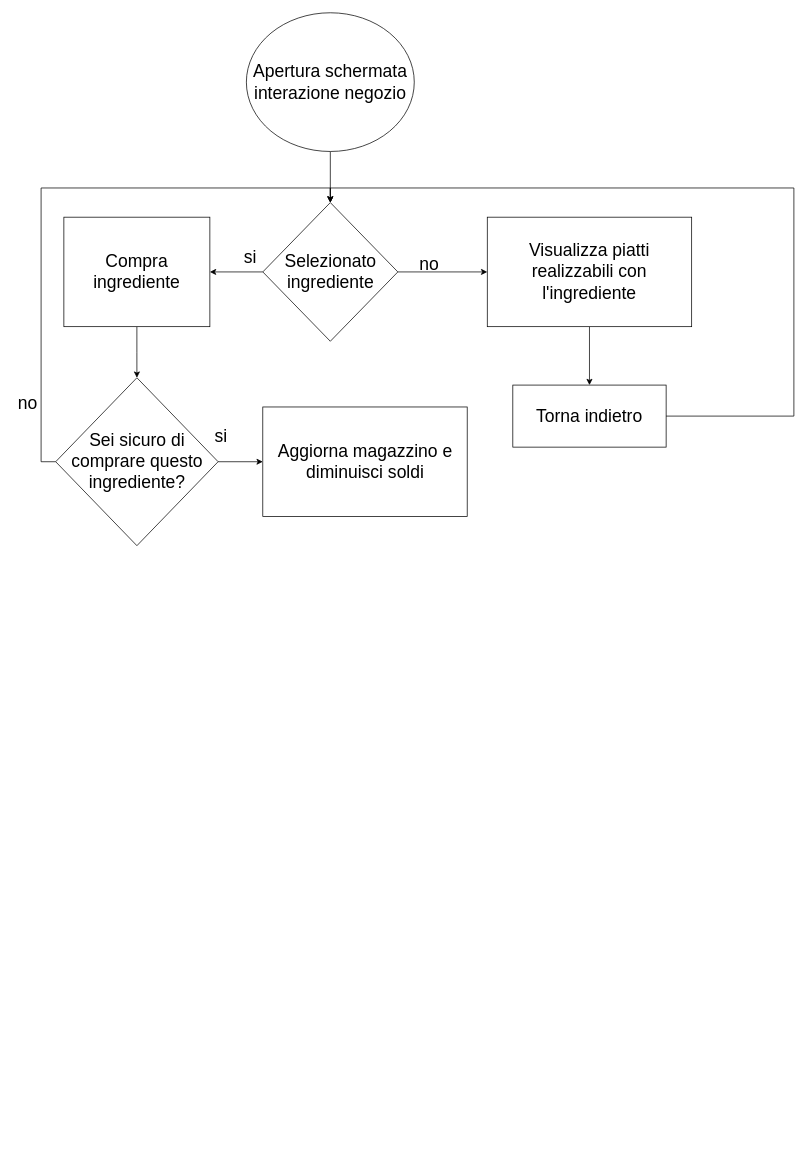
Before: doc/Progetti Drawio/FlowChart/FlowchartInterazioneConNegozio.drawio in zSavT/Healthy-Catering, a draw.io diagram. Source tidied: cells renumbered, new cells numbered last; positions are measured from the earlier drawing's top-left corner, leaving out a move shared by most shapes. Both pictures are drawn from the tidied source at 73%, with x=0, y=0 at pixel (12, 12).
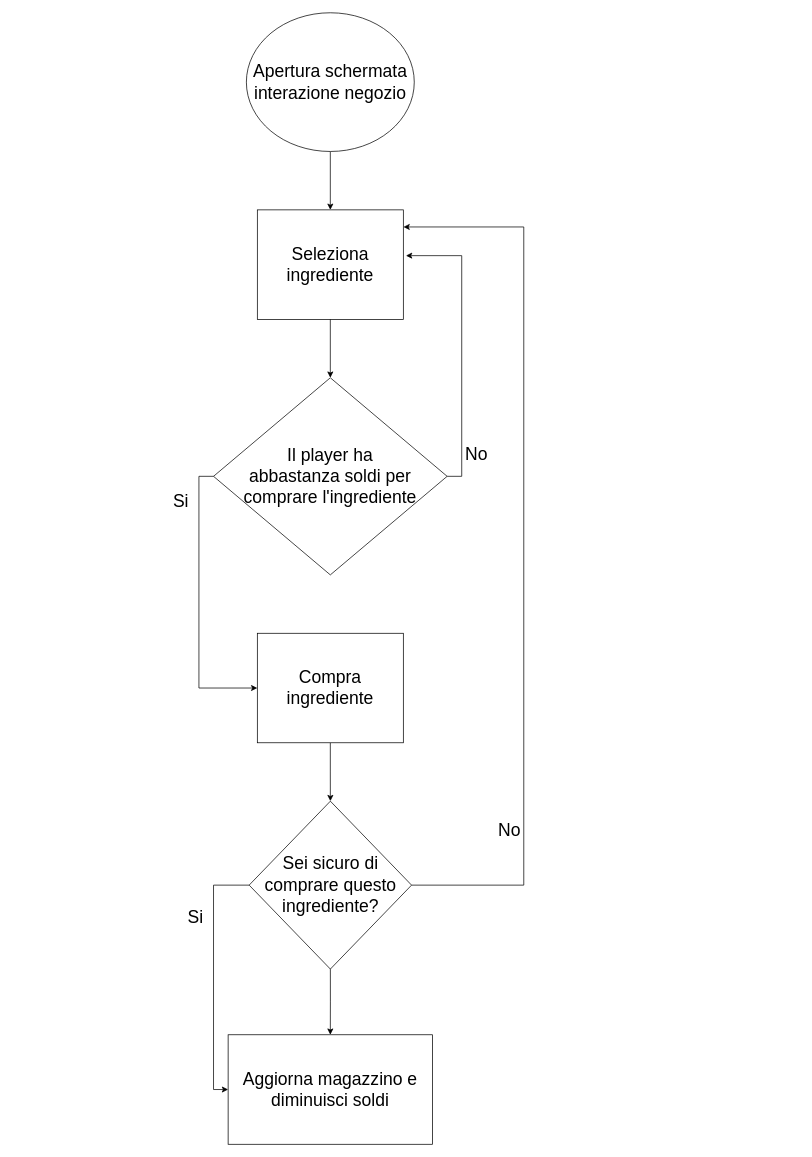
Above is the later version.

Commit message (it also covers changes not shown here):
aggiornato flowchart negozio

Unchanged cells that the change refers to:
```xml
<mxCell id="3" value="Apertura schermata interazione negozio" style="ellipse;whiteSpace=wrap;html=1;fontSize=24;" parent="1" vertex="1">
  <mxGeometry x="320" width="230" height="190" as="geometry" />
</mxCell>
```

The edit, as a diff of the source:
```diff
@@
-    <mxCell id="2" style="edgeStyle=orthogonalEdgeStyle;rounded=0;jettySize=auto;html=1;exitX=0.5;exitY=1;exitDx=0;exitDy=0;entryX=0.5;entryY=0;entryDx=0;entryDy=0;fontSize=24;" parent="1" edge="1" source="3" target="6">
+    <mxCell id="2" style="edgeStyle=orthogonalEdgeStyle;rounded=0;jettySize=auto;html=1;exitX=0.5;exitY=1;exitDx=0;exitDy=0;entryX=0.5;entryY=0;entryDx=0;entryDy=0;fontSize=24;" parent="1" edge="1" source="3" target="22">
       <mxGeometry relative="1" as="geometry" />
     </mxCell>
@@
-    <mxCell id="4" style="edgeStyle=orthogonalEdgeStyle;rounded=0;jettySize=auto;html=1;exitX=0;exitY=0.5;exitDx=0;exitDy=0;fontSize=24;" parent="1" edge="1" source="6" target="8">
-      <mxGeometry relative="1" as="geometry" />
-    </mxCell>
-    <mxCell id="5" style="edgeStyle=orthogonalEdgeStyle;rounded=0;jettySize=auto;html=1;exitX=1;exitY=0.5;exitDx=0;exitDy=0;fontSize=24;" parent="1" edge="1" source="6" target="14">
-      <mxGeometry relative="1" as="geometry" />
-    </mxCell>
-    <mxCell id="6" value="Selezionato ingrediente" style="rhombus;whiteSpace=wrap;html=1;fontSize=24;" parent="1" vertex="1">
-      <mxGeometry x="342.5" y="260" width="185" height="190" as="geometry" />
-    </mxCell>
@@
     <mxCell id="8" value="Compra ingrediente" style="rounded=0;whiteSpace=wrap;html=1;fontSize=24;" parent="1" vertex="1">
-      <mxGeometry x="70" y="280" width="200" height="150" as="geometry" />
+      <mxGeometry x="335" y="850" width="200" height="150" as="geometry" />
     </mxCell>
-    <mxCell id="9" value="si" style="text;html=1;align=center;verticalAlign=middle;strokeColor=none;fillColor=none;fontSize=24;" parent="1" vertex="1">
-      <mxGeometry x="310" y="320" width="30" height="30" as="geometry" />
-    </mxCell>
-    <mxCell id="10" style="edgeStyle=orthogonalEdgeStyle;rounded=0;jettySize=auto;html=1;exitX=0.5;exitY=1;exitDx=0;exitDy=0;entryX=0.5;entryY=0;entryDx=0;entryDy=0;fontSize=24;" parent="1" edge="1" source="14" target="12">
-      <mxGeometry relative="1" as="geometry" />
-    </mxCell>
-    <mxCell id="11" value="no" style="text;html=1;align=center;verticalAlign=middle;strokeColor=none;fillColor=none;fontSize=24;" parent="1" vertex="1">
-      <mxGeometry x="550" y="330" width="40" height="30" as="geometry" />
-    </mxCell>
-    <mxCell id="12" value="Torna indietro" style="whiteSpace=wrap;html=1;fontSize=24;" parent="1" vertex="1">
-      <mxGeometry x="685" y="510" width="210" height="85" as="geometry" />
-    </mxCell>
-    <mxCell id="13" style="edgeStyle=orthogonalEdgeStyle;rounded=0;jettySize=auto;html=1;exitX=1;exitY=0.5;exitDx=0;exitDy=0;fontSize=24;entryX=0.5;entryY=0;entryDx=0;entryDy=0;" parent="1" edge="1" source="12" target="6">
-      <mxGeometry relative="1" as="geometry">
-        <Array as="points">
-          <mxPoint x="1070" y="552" />
-          <mxPoint x="1070" y="240" />
-          <mxPoint x="435" y="240" />
-        </Array>
-      </mxGeometry>
-    </mxCell>
-    <mxCell id="14" value="Visualizza piatti realizzabili con l'ingrediente" style="rounded=0;whiteSpace=wrap;html=1;fontSize=24;" parent="1" vertex="1">
-      <mxGeometry x="650" y="280" width="280" height="150" as="geometry" />
-    </mxCell>
     <mxCell id="15" value="Aggiorna magazzino e diminuisci soldi" style="rounded=0;whiteSpace=wrap;html=1;fontSize=24;" parent="1" vertex="1">
-      <mxGeometry x="342.5" y="540" width="280" height="150" as="geometry" />
+      <mxGeometry x="295" y="1400" width="280" height="150" as="geometry" />
     </mxCell>
-    <mxCell id="16" style="edgeStyle=orthogonalEdgeStyle;rounded=0;jettySize=auto;html=1;exitX=0;exitY=0.5;exitDx=0;exitDy=0;fontSize=24;entryX=0.5;entryY=0;entryDx=0;entryDy=0;" parent="1" edge="1" source="18" target="6">
-      <mxGeometry relative="1" as="geometry" />
-    </mxCell>
-    <mxCell id="17" style="edgeStyle=orthogonalEdgeStyle;rounded=0;jettySize=auto;html=1;exitX=1;exitY=0.5;exitDx=0;exitDy=0;fontSize=24;entryX=0;entryY=0.5;entryDx=0;entryDy=0;" parent="1" edge="1" source="18" target="15">
+    <mxCell id="17" style="edgeStyle=orthogonalEdgeStyle;rounded=0;jettySize=auto;html=1;exitX=0.5;exitY=1;exitDx=0;exitDy=0;fontSize=24;entryX=0.5;entryY=0;entryDx=0;entryDy=0;" parent="1" edge="1" source="18" target="15">
       <mxGeometry relative="1" as="geometry" />
     </mxCell>
     <mxCell id="18" value="Sei sicuro di comprare questo ingrediente?" style="rhombus;whiteSpace=wrap;html=1;fontSize=24;" parent="1" vertex="1">
-      <mxGeometry x="58.8" y="500" width="222.5" height="230" as="geometry" />
+      <mxGeometry x="323.8" y="1080" width="222.5" height="230" as="geometry" />
     </mxCell>
-    <mxCell id="19" value="si" style="text;html=1;align=center;verticalAlign=middle;strokeColor=none;fillColor=none;fontSize=24;" parent="1" vertex="1">
-      <mxGeometry x="270" y="565" width="30" height="30" as="geometry" />
-    </mxCell>
-    <mxCell id="20" value="no" style="text;html=1;align=center;verticalAlign=middle;strokeColor=none;fillColor=none;fontSize=24;" parent="1" vertex="1">
-      <mxGeometry y="520" width="40" height="30" as="geometry" />
-    </mxCell>
+    <mxCell id="21" value="Il player ha &lt;br&gt;abbastanza soldi per comprare l'ingrediente" style="rhombus;whiteSpace=wrap;html=1;fontSize=24;" parent="1" vertex="1">
+      <mxGeometry x="275" y="500" width="320" height="270" as="geometry" />
+    </mxCell>
+    <mxCell id="22" value="Seleziona ingrediente" style="rounded=0;whiteSpace=wrap;html=1;fontSize=24;" parent="1" vertex="1">
+      <mxGeometry x="335" y="270" width="200" height="150" as="geometry" />
+    </mxCell>
+    <mxCell id="23" style="edgeStyle=orthogonalEdgeStyle;rounded=0;jettySize=auto;html=1;exitX=0.5;exitY=1;exitDx=0;exitDy=0;fontSize=24;entryX=0.5;entryY=0;entryDx=0;entryDy=0;" parent="1" edge="1" source="22" target="21">
+      <mxGeometry relative="1" as="geometry" />
+    </mxCell>
+    <mxCell id="24" style="edgeStyle=orthogonalEdgeStyle;rounded=0;jettySize=auto;html=1;fontSize=24;exitX=1;exitY=0.5;exitDx=0;exitDy=0;entryX=1.018;entryY=0.418;entryDx=0;entryDy=0;entryPerimeter=0;" parent="1" edge="1" source="21" target="22">
+      <mxGeometry relative="1" as="geometry">
+        <Array as="points">
+          <mxPoint x="615" y="635" />
+          <mxPoint x="615" y="333" />
+        </Array>
+      </mxGeometry>
+    </mxCell>
+    <mxCell id="25" value="No" style="text;html=1;align=center;verticalAlign=middle;strokeColor=none;fillColor=none;fontSize=24;" parent="1" vertex="1">
+      <mxGeometry x="610" y="585" width="50" height="40" as="geometry" />
+    </mxCell>
+    <mxCell id="26" value="Si" style="text;html=1;align=center;verticalAlign=middle;strokeColor=none;fillColor=none;fontSize=24;" parent="1" vertex="1">
+      <mxGeometry x="210" y="650" width="40" height="40" as="geometry" />
+    </mxCell>
+    <mxCell id="27" style="edgeStyle=orthogonalEdgeStyle;rounded=0;jettySize=auto;html=1;entryX=0;entryY=0.5;entryDx=0;entryDy=0;exitX=0;exitY=0.5;exitDx=0;exitDy=0;" parent="1" edge="1" source="21" target="8">
+      <mxGeometry relative="1" as="geometry" />
+    </mxCell>
+    <mxCell id="28" style="edgeStyle=orthogonalEdgeStyle;rounded=0;jettySize=auto;html=1;entryX=0;entryY=0.5;entryDx=0;entryDy=0;exitX=0;exitY=0.5;exitDx=0;exitDy=0;" parent="1" edge="1" source="18" target="15">
+      <mxGeometry relative="1" as="geometry" />
+    </mxCell>
+    <mxCell id="29" value="Si" style="text;html=1;align=center;verticalAlign=middle;strokeColor=none;fillColor=none;fontSize=24;" parent="1" vertex="1">
+      <mxGeometry x="230" y="1220" width="40" height="40" as="geometry" />
+    </mxCell>
+    <mxCell id="30" style="edgeStyle=orthogonalEdgeStyle;rounded=0;jettySize=auto;html=1;exitX=1;exitY=0.5;exitDx=0;exitDy=0;fontSize=24;entryX=1.001;entryY=0.156;entryDx=0;entryDy=0;entryPerimeter=0;" parent="1" edge="1" source="18" target="22">
+      <mxGeometry relative="1" as="geometry">
+        <Array as="points">
+          <mxPoint x="700" y="1195" />
+          <mxPoint x="700" y="293" />
+        </Array>
+      </mxGeometry>
+    </mxCell>
+    <mxCell id="31" value="No" style="text;html=1;align=center;verticalAlign=middle;strokeColor=none;fillColor=none;fontSize=24;" parent="1" vertex="1">
+      <mxGeometry x="655" y="1100" width="50" height="40" as="geometry" />
+    </mxCell>
```
